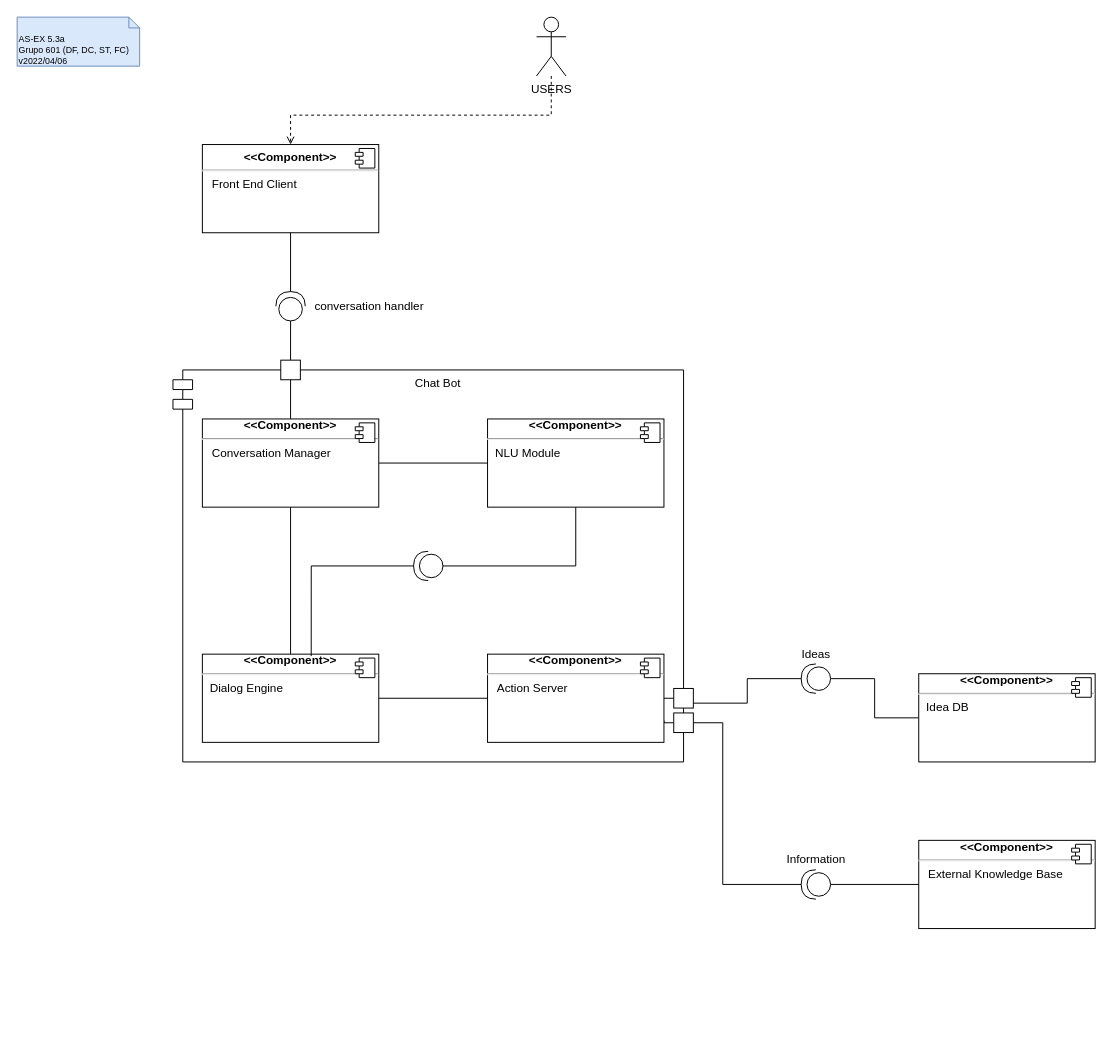
Above: page "5.3a" (2 of 4) of P/P05/P5.drawio in DavidAraujo98/AS (draw.io), before the change. Source tidied: cells renumbered, new cells numbered last; positions are measured from the earlier drawing's top-left corner, leaving out a move shared by most shapes. Both pictures are drawn from the tidied source at 98%, with x=0, y=0 at pixel (17, 17).
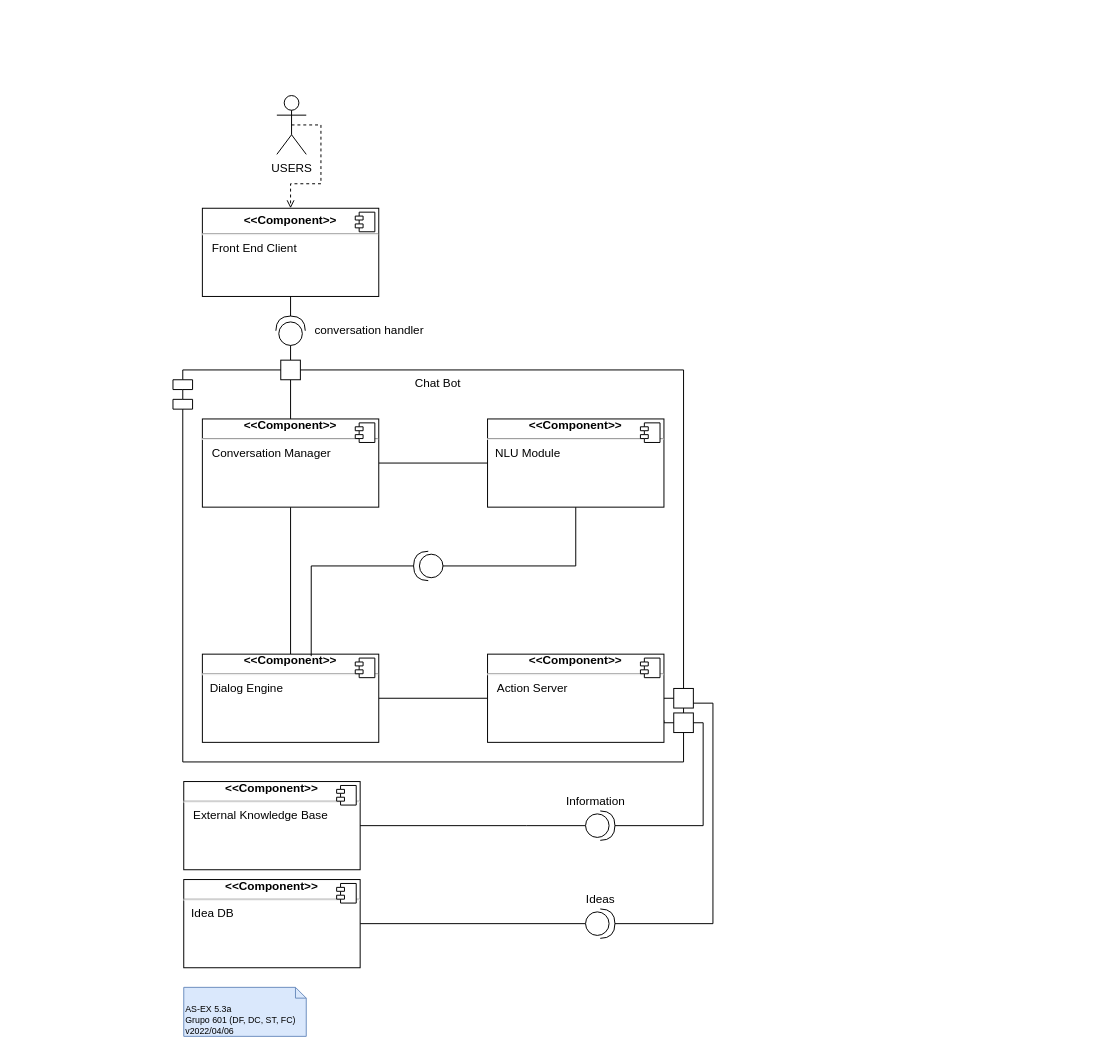
The same page after the edit.

Unchanged cells that the change refers to:
```xml
<mxCell id="19" value="&lt;div style=&quot;text-align: center&quot;&gt;&lt;b&gt;&amp;lt;&amp;lt;Component&amp;gt;&amp;gt;&lt;/b&gt;&lt;/div&gt;&lt;hr style=&quot;text-align: center&quot;&gt;&lt;span style=&quot;text-align: center&quot;&gt;&amp;nbsp; &amp;nbsp;Action Server&lt;/span&gt;&lt;p style=&quot;margin: 0px ; margin-left: 8px&quot;&gt;&lt;br&gt;&lt;/p&gt;" style="align=left;overflow=fill;html=1;" parent="1" vertex="1">
  <mxGeometry x="480" y="650" width="180" height="90" as="geometry" />
</mxCell>
```

What changed in the source:
```diff
@@
     <mxCell id="3" value="AS-EX 5.3a&lt;br&gt;Grupo 601 (DF, DC, ST, FC)&lt;br&gt;v2022/04/06" style="shape=note2;boundedLbl=1;whiteSpace=wrap;html=1;size=11;verticalAlign=top;align=left;fontSize=9;fillColor=#dae8fc;strokeColor=#6c8ebf;" parent="1" vertex="1">
-      <mxGeometry width="125" height="50" as="geometry" />
+      <mxGeometry x="170" y="990" width="125" height="50" as="geometry" />
     </mxCell>
     <mxCell id="4" value="&lt;p style=&quot;margin: 0px ; margin-top: 6px ; text-align: center&quot;&gt;&lt;b&gt;&amp;lt;&amp;lt;Component&amp;gt;&amp;gt;&lt;/b&gt;&lt;/p&gt;&lt;hr&gt;&lt;b style=&quot;text-align: center&quot;&gt;&amp;nbsp; &amp;nbsp;&lt;/b&gt;&lt;span&gt;Front End Client&lt;br&gt;&lt;/span&gt;" style="align=left;overflow=fill;html=1;" parent="1" vertex="1">
-      <mxGeometry x="189" y="130" width="180" height="90" as="geometry" />
+      <mxGeometry x="189" y="195" width="180" height="90" as="geometry" />
     </mxCell>
@@
-    <mxCell id="17" style="edgeStyle=orthogonalEdgeStyle;rounded=0;jettySize=auto;html=1;exitX=0;exitY=0.5;exitDx=0;exitDy=0;entryX=0;entryY=0.5;entryDx=0;entryDy=0;endArrow=none;endFill=0;startArrow=none;exitPerimeter=0;" parent="1" edge="1" source="35" target="21">
+    <mxCell id="17" style="edgeStyle=orthogonalEdgeStyle;rounded=0;jettySize=auto;html=1;exitX=0;exitY=0.5;exitDx=0;exitDy=0;entryX=1;entryY=0.5;entryDx=0;entryDy=0;endArrow=none;endFill=0;startArrow=none;exitPerimeter=0;" parent="1" edge="1" source="35" target="21">
       <mxGeometry relative="1" as="geometry" />
     </mxCell>
     <mxCell id="18" style="edgeStyle=orthogonalEdgeStyle;rounded=0;jettySize=auto;html=1;exitX=1;exitY=0.75;exitDx=0;exitDy=0;endArrow=none;endFill=0;entryX=1;entryY=0.5;entryDx=0;entryDy=0;entryPerimeter=0;" parent="1" edge="1" source="19" target="37">
       <mxGeometry relative="1" as="geometry">
         <Array as="points">
           <mxPoint x="660" y="720" />
-          <mxPoint x="720" y="720" />
-          <mxPoint x="720" y="885" />
+          <mxPoint x="700" y="720" />
+          <mxPoint x="700" y="825" />
         </Array>
       </mxGeometry>
     </mxCell>
@@
     <mxCell id="21" value="&lt;div style=&quot;text-align: center&quot;&gt;&lt;b&gt;&amp;lt;&amp;lt;Component&amp;gt;&amp;gt;&lt;/b&gt;&lt;/div&gt;&lt;hr style=&quot;text-align: center&quot;&gt;&lt;p style=&quot;margin: 0px ; margin-left: 8px&quot;&gt;&lt;span style=&quot;text-align: center&quot;&gt;Idea DB&amp;nbsp;&lt;/span&gt;&lt;br&gt;&lt;br&gt;&lt;/p&gt;" style="align=left;overflow=fill;html=1;" parent="1" vertex="1">
-      <mxGeometry x="920" y="670" width="180" height="90" as="geometry" />
+      <mxGeometry x="170" y="880" width="180" height="90" as="geometry" />
     </mxCell>
@@
     <mxCell id="23" value="&lt;div style=&quot;text-align: center&quot;&gt;&lt;b&gt;&amp;lt;&amp;lt;Component&amp;gt;&amp;gt;&lt;/b&gt;&lt;/div&gt;&lt;hr style=&quot;text-align: center&quot;&gt;&lt;p style=&quot;margin: 6px 0px 0px&quot;&gt;&amp;nbsp; &amp;nbsp;External Knowledge&amp;nbsp;&lt;span&gt;Base&amp;nbsp;&lt;/span&gt;&lt;/p&gt;" style="align=left;overflow=fill;html=1;" parent="1" vertex="1">
-      <mxGeometry x="920" y="840" width="180" height="90" as="geometry" />
+      <mxGeometry x="170" y="780" width="180" height="90" as="geometry" />
     </mxCell>
@@
-    <mxCell id="25" style="edgeStyle=orthogonalEdgeStyle;rounded=0;jettySize=auto;html=1;dashed=1;endArrow=open;endFill=0;" parent="1" edge="1" source="26" target="4">
+    <mxCell id="25" style="edgeStyle=orthogonalEdgeStyle;rounded=0;jettySize=auto;html=1;dashed=1;endArrow=open;endFill=0;exitX=0.5;exitY=0.5;exitDx=0;exitDy=0;exitPerimeter=0;" parent="1" edge="1" source="26" target="4">
       <mxGeometry relative="1" as="geometry">
         <Array as="points">
-          <mxPoint x="545" y="100" />
-          <mxPoint x="279" y="100" />
+          <mxPoint x="310" y="110" />
+          <mxPoint x="310" y="170" />
+          <mxPoint x="279" y="170" />
         </Array>
       </mxGeometry>
     </mxCell>
     <mxCell id="26" value="USERS" style="shape=umlActor;verticalLabelPosition=bottom;verticalAlign=top;html=1;" parent="1" vertex="1">
-      <mxGeometry x="530" width="30" height="60" as="geometry" />
+      <mxGeometry x="265" y="80" width="30" height="60" as="geometry" />
     </mxCell>
@@
     <mxCell id="28" style="shape=providedRequiredInterface;html=1;verticalLabelPosition=bottom;sketch=0;rotation=-90;" parent="1" vertex="1">
-      <mxGeometry x="264" y="280" width="30" height="30" as="geometry" />
+      <mxGeometry x="264" y="305" width="30" height="30" as="geometry" />
     </mxCell>
@@
-    <mxCell id="35" style="shape=providedRequiredInterface;html=1;verticalLabelPosition=bottom;sketch=0;rotation=-180;" parent="1" vertex="1">
-      <mxGeometry x="800" y="660" width="30" height="30" as="geometry" />
+    <mxCell id="35" style="shape=providedRequiredInterface;html=1;verticalLabelPosition=bottom;sketch=0;rotation=-180;flipH=1;" parent="1" vertex="1">
+      <mxGeometry x="580" y="910" width="30" height="30" as="geometry" />
     </mxCell>
-    <mxCell id="36" style="edgeStyle=orthogonalEdgeStyle;rounded=0;jettySize=auto;html=1;exitX=0;exitY=0.5;exitDx=0;exitDy=0;exitPerimeter=0;entryX=0;entryY=0.5;entryDx=0;entryDy=0;endArrow=none;endFill=0;" parent="1" edge="1" source="37" target="23">
-      <mxGeometry relative="1" as="geometry" />
+    <mxCell id="36" style="edgeStyle=orthogonalEdgeStyle;rounded=0;jettySize=auto;html=1;exitX=0;exitY=0.5;exitDx=0;exitDy=0;exitPerimeter=0;entryX=1;entryY=0.5;entryDx=0;entryDy=0;endArrow=none;endFill=0;" parent="1" edge="1" source="37" target="23">
+      <mxGeometry relative="1" as="geometry">
+        <Array as="points">
+          <mxPoint x="520" y="825" />
+          <mxPoint x="520" y="825" />
+        </Array>
+      </mxGeometry>
     </mxCell>
-    <mxCell id="37" style="shape=providedRequiredInterface;html=1;verticalLabelPosition=bottom;sketch=0;rotation=-180;" parent="1" vertex="1">
-      <mxGeometry x="800" y="870" width="30" height="30" as="geometry" />
+    <mxCell id="37" style="shape=providedRequiredInterface;html=1;verticalLabelPosition=bottom;sketch=0;rotation=-180;flipH=1;" parent="1" vertex="1">
+      <mxGeometry x="580" y="810" width="30" height="30" as="geometry" />
     </mxCell>
@@
     <mxCell id="40" value="conversation handler" style="text;html=1;align=center;verticalAlign=middle;fillColor=none;strokeColor=none;rounded=0;" parent="1" vertex="1">
-      <mxGeometry x="294" y="285" width="130" height="20" as="geometry" />
+      <mxGeometry x="294" y="310" width="130" height="20" as="geometry" />
     </mxCell>
     <mxCell id="41" value="Ideas" style="text;html=1;align=center;verticalAlign=middle;fillColor=none;strokeColor=none;rounded=0;" parent="1" vertex="1">
-      <mxGeometry x="795" y="640" width="40" height="20" as="geometry" />
+      <mxGeometry x="575" y="890" width="40" height="20" as="geometry" />
     </mxCell>
     <mxCell id="42" value="Information" style="text;html=1;align=center;verticalAlign=middle;fillColor=none;strokeColor=none;rounded=0;" parent="1" vertex="1">
-      <mxGeometry x="775" y="850" width="80" height="20" as="geometry" />
+      <mxGeometry x="550" y="790" width="80" height="20" as="geometry" />
     </mxCell>
```
